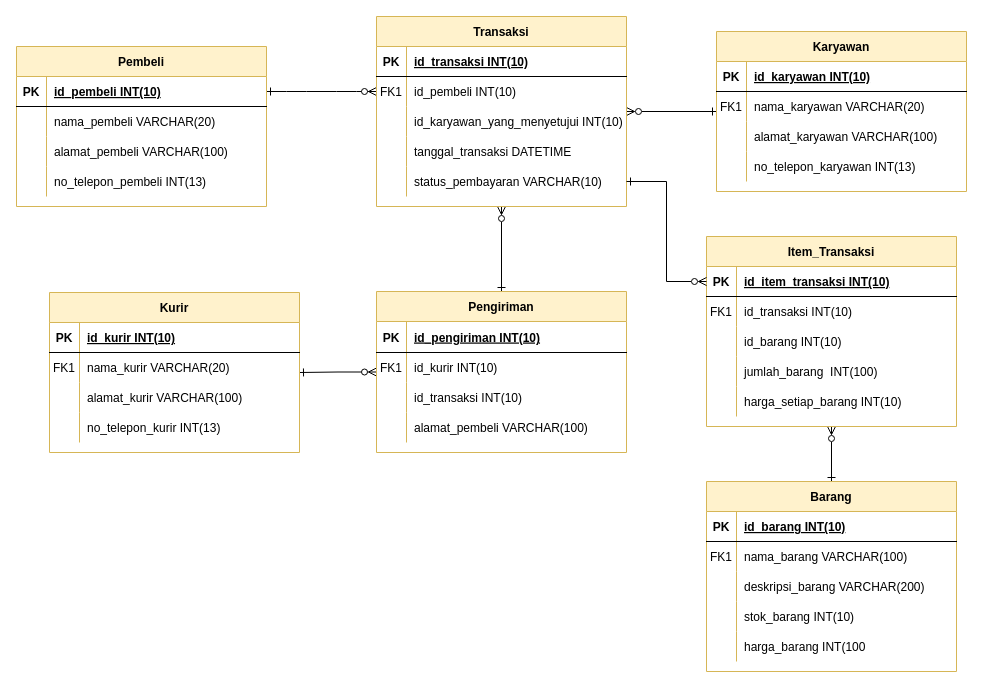
NormalikaShandi/IF214002 keeps this draw.io diagram as Pertemuan6/Untitled Diagram.drawio. Above is the earlier version. Source tidied: cells renumbered, new cells numbered last; positions are measured from the earlier drawing's top-left corner, leaving out a move shared by most shapes. Both pictures are drawn from the tidied source at 100%, with x=0, y=0 at pixel (16, 16).
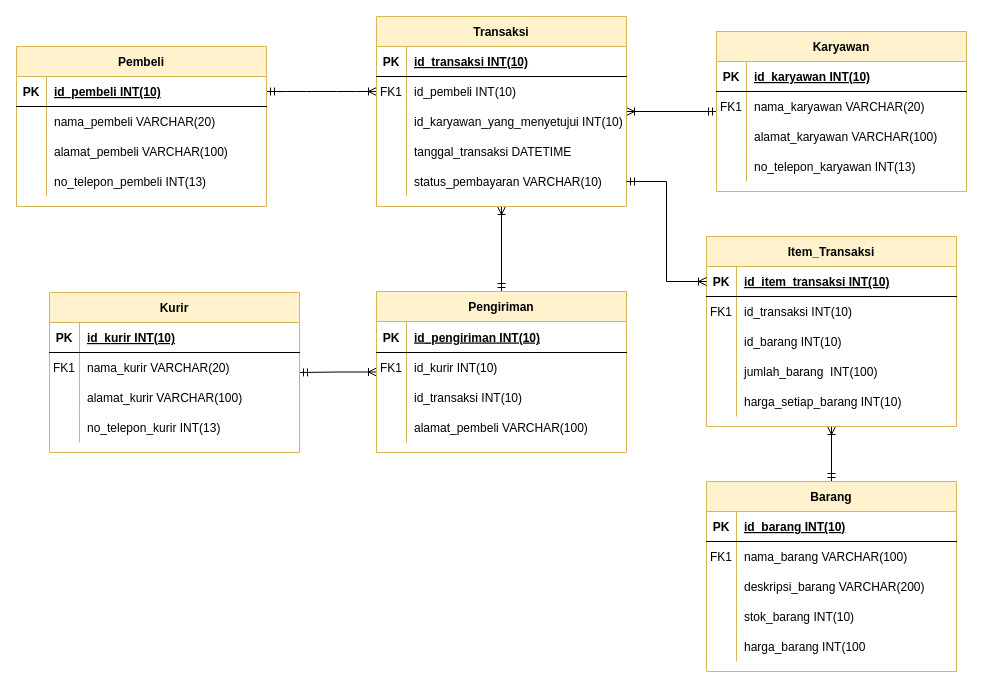
The same diagram, later.

The change refers to these unchanged cells:
```xml
<mxCell id="5" value="Transaksi" style="shape=table;startSize=30;childLayout=tableLayout;rowLines=0;fontStyle=1;align=center;fillColor=#fff2cc;strokeColor=#d6b656;" parent="1" vertex="1">
  <mxGeometry x="360" width="250" height="190" as="geometry" />
</mxCell>
<mxCell id="9" style="shape=partialRectangle;fillColor=none;points=[[0,0.5],[1,0.5]];portConstraint=eastwest;top=0;left=0;right=0;bottom=0;" parent="5" vertex="1">
  <mxGeometry y="60" width="250" height="30" as="geometry" />
</mxCell>
<mxCell id="18" style="shape=partialRectangle;fillColor=none;points=[[0,0.5],[1,0.5]];portConstraint=eastwest;top=0;left=0;right=0;bottom=0;" parent="5" vertex="1">
  <mxGeometry y="150" width="250" height="30" as="geometry" />
</mxCell>
<mxCell id="22" value="Item_Transaksi" style="shape=table;startSize=30;childLayout=tableLayout;rowLines=0;fontStyle=1;align=center;fillColor=#fff2cc;strokeColor=#d6b656;" parent="1" vertex="1">
  <mxGeometry x="690" y="220" width="250" height="190" as="geometry" />
</mxCell>
<mxCell id="23" style="shape=partialRectangle;fillColor=none;points=[[0,0.5],[1,0.5]];portConstraint=eastwest;top=0;left=0;right=0;bottom=1;" parent="22" vertex="1">
  <mxGeometry y="30" width="250" height="30" as="geometry" />
</mxCell>
<mxCell id="39" style="shape=partialRectangle;fillColor=none;points=[[0,0.5],[1,0.5]];portConstraint=eastwest;top=0;left=0;right=0;bottom=1;" parent="38" vertex="1">
  <mxGeometry y="30" width="250" height="30" as="geometry" />
</mxCell>
<mxCell id="51" value="Barang" style="shape=table;startSize=30;childLayout=tableLayout;rowLines=0;fontStyle=1;align=center;fillColor=#fff2cc;strokeColor=#d6b656;" parent="1" vertex="1">
  <mxGeometry x="690" y="465" width="250" height="190" as="geometry" />
</mxCell>
<mxCell id="67" value="Karyawan" style="shape=table;startSize=30;childLayout=tableLayout;rowLines=0;fontStyle=1;align=center;fillColor=#fff2cc;strokeColor=#d6b656;" parent="1" vertex="1">
  <mxGeometry x="700" y="15" width="250" height="160" as="geometry" />
</mxCell>
<mxCell id="82" value="Pengiriman" style="shape=table;startSize=30;childLayout=tableLayout;rowLines=0;fontStyle=1;align=center;fillColor=#fff2cc;strokeColor=#d6b656;" parent="1" vertex="1">
  <mxGeometry x="360" y="275" width="250" height="161" as="geometry" />
</mxCell>
<mxCell id="95" value="Kurir" style="shape=table;startSize=30;childLayout=tableLayout;rowLines=0;fontStyle=1;align=center;fillColor=#fff2cc;strokeColor=#d6b656;" parent="1" vertex="1">
  <mxGeometry x="33" y="276" width="250" height="160" as="geometry" />
</mxCell>
```

Diff of the diagram source:
```diff
@@
-    <mxCell id="2" style="edgeStyle=entityRelationEdgeStyle;endArrow=ERzeroToMany;startArrow=ERone;endFill=1;startFill=0;" parent="1" edge="1" source="39" target="9">
+    <mxCell id="2" style="edgeStyle=entityRelationEdgeStyle;endArrow=ERoneToMany;startArrow=ERmandOne;endFill=0;startFill=0;" parent="1" edge="1" source="39" target="9">
       <mxGeometry relative="1" as="geometry" />
     </mxCell>
-    <mxCell id="3" style="edgeStyle=orthogonalEdgeStyle;rounded=0;jettySize=auto;html=1;startArrow=ERzeroToMany;startFill=0;endArrow=ERone;endFill=0;" parent="1" edge="1" source="5" target="67">
+    <mxCell id="3" style="edgeStyle=orthogonalEdgeStyle;rounded=0;jettySize=auto;html=1;startArrow=ERoneToMany;startFill=0;endArrow=ERmandOne;endFill=0;" parent="1" edge="1" source="5" target="67">
       <mxGeometry relative="1" as="geometry" />
     </mxCell>
-    <mxCell id="4" style="edgeStyle=orthogonalEdgeStyle;rounded=0;jettySize=auto;html=1;startArrow=ERzeroToMany;startFill=0;endArrow=ERone;endFill=0;entryX=0.5;entryY=0;entryDx=0;entryDy=0;" parent="1" edge="1" source="5" target="82">
+    <mxCell id="4" style="edgeStyle=orthogonalEdgeStyle;rounded=0;jettySize=auto;html=1;startArrow=ERoneToMany;startFill=0;endArrow=ERmandOne;endFill=0;entryX=0.5;entryY=0;entryDx=0;entryDy=0;" parent="1" edge="1" source="5" target="82">
       <mxGeometry relative="1" as="geometry" />
     </mxCell>
@@
-    <mxCell id="21" style="edgeStyle=orthogonalEdgeStyle;rounded=0;jettySize=auto;html=1;startArrow=ERzeroToMany;startFill=0;endArrow=ERone;endFill=0;" parent="1" edge="1" source="22" target="51">
+    <mxCell id="21" style="edgeStyle=orthogonalEdgeStyle;rounded=0;jettySize=auto;html=1;startArrow=ERoneToMany;startFill=0;endArrow=ERmandOne;endFill=0;" parent="1" edge="1" source="22" target="51">
       <mxGeometry relative="1" as="geometry" />
     </mxCell>
@@
-    <mxCell id="80" style="edgeStyle=orthogonalEdgeStyle;rounded=0;jettySize=auto;html=1;exitX=0;exitY=0.5;exitDx=0;exitDy=0;entryX=1;entryY=0.5;entryDx=0;entryDy=0;startArrow=ERzeroToMany;startFill=0;endArrow=ERone;endFill=0;" parent="1" edge="1" source="23" target="18">
+    <mxCell id="80" style="edgeStyle=orthogonalEdgeStyle;rounded=0;jettySize=auto;html=1;exitX=0;exitY=0.5;exitDx=0;exitDy=0;entryX=1;entryY=0.5;entryDx=0;entryDy=0;startArrow=ERoneToMany;startFill=0;endArrow=ERmandOne;endFill=0;" parent="1" edge="1" source="23" target="18">
       <mxGeometry relative="1" as="geometry" />
     </mxCell>
-    <mxCell id="81" style="edgeStyle=orthogonalEdgeStyle;rounded=0;jettySize=auto;html=1;startArrow=ERzeroToMany;startFill=0;endArrow=ERone;endFill=0;" parent="1" edge="1" source="82" target="95">
+    <mxCell id="81" style="edgeStyle=orthogonalEdgeStyle;rounded=0;jettySize=auto;html=1;startArrow=ERoneToMany;startFill=0;endArrow=ERmandOne;endFill=0;" parent="1" edge="1" source="82" target="95">
       <mxGeometry relative="1" as="geometry" />
     </mxCell>
```
